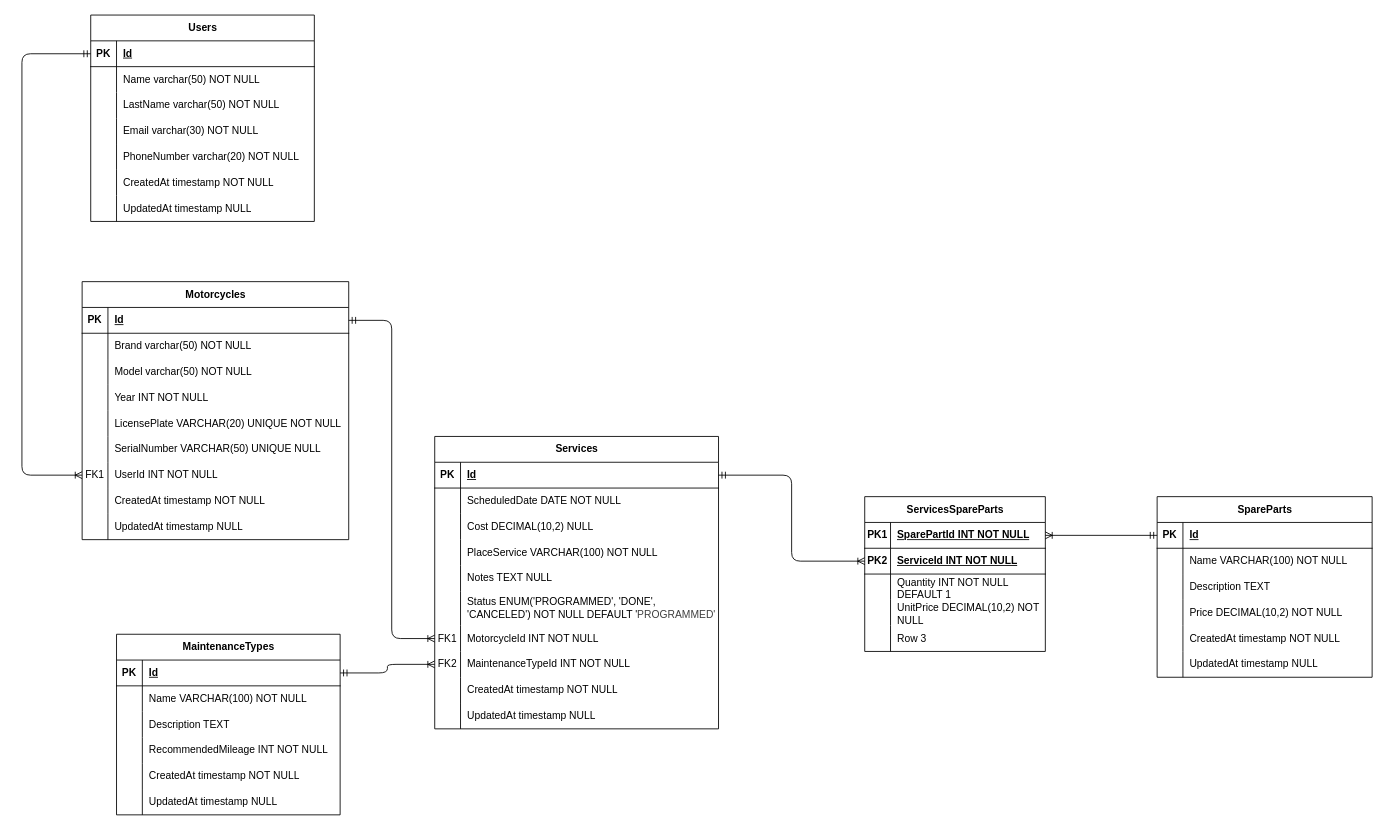
This is src/docs/MER.drawio from TataAR12/motoflix-java-api, a draw.io file, before an edit. Source tidied: cells renumbered, new cells numbered last; positions are measured from the earlier drawing's top-left corner, leaving out a move shared by most shapes. Both pictures are drawn from the tidied source at 86%, with x=0, y=0 at pixel (22, 15).
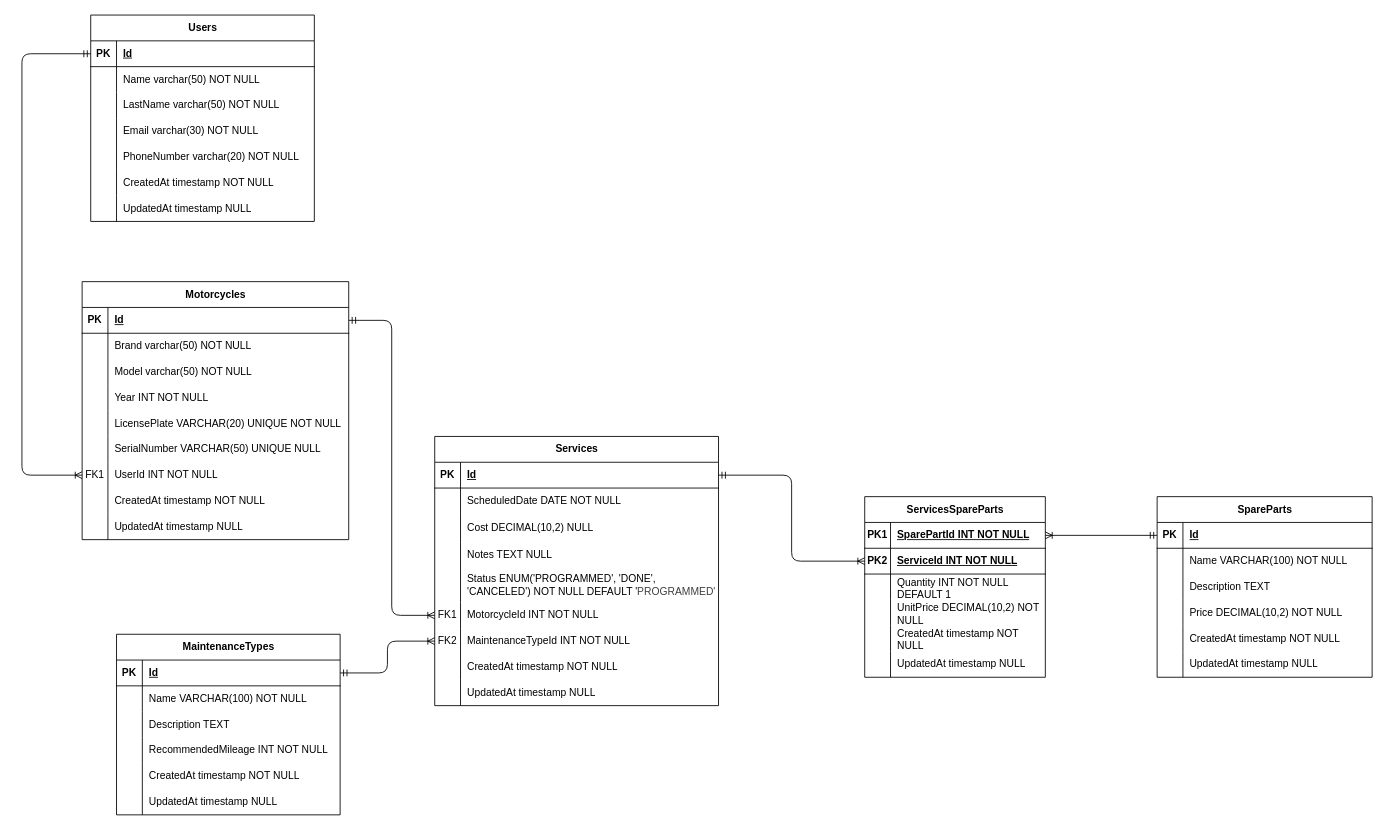
After the change.

The change refers to these unchanged cells:
```xml
<mxCell id="137" style="shape=tableRow;horizontal=0;startSize=0;swimlaneHead=0;swimlaneBody=0;fillColor=none;top=0;left=0;right=0;bottom=0;" parent="124" vertex="1">
  <mxGeometry y="150" width="210" height="30" as="geometry" />
</mxCell>
```

Change to the diagram source:
```diff
@@
     <mxCell id="72" value="Services" style="shape=table;startSize=30;childLayout=tableLayout;rowLines=0;fontStyle=1;align=center;html=1;" parent="1" vertex="1">
-      <mxGeometry x="480" y="490" width="330" height="340" as="geometry" />
+      <mxGeometry x="480" y="490" width="330" height="313" as="geometry" />
     </mxCell>
@@
     <mxCell id="79" style="shape=tableRow;horizontal=0;startSize=0;swimlaneHead=0;swimlaneBody=0;fillColor=none;top=0;left=0;right=0;bottom=0;" parent="72" vertex="1">
-      <mxGeometry y="90" width="330" height="30" as="geometry" />
+      <mxGeometry y="90" width="330" height="33" as="geometry" />
     </mxCell>
     <mxCell id="80" style="shape=partialRectangle;fillColor=none;top=0;left=0;bottom=0;right=0;overflow=hidden;whiteSpace=wrap;html=1;" parent="79" vertex="1">
-      <mxGeometry width="30" height="30" as="geometry" />
+      <mxGeometry width="30" height="33" as="geometry" />
     </mxCell>
     <mxCell id="81" value="Cost DECIMAL(10,2) NULL" style="shape=partialRectangle;fillColor=none;top=0;left=0;bottom=0;right=0;align=left;spacingLeft=6;overflow=hidden;whiteSpace=wrap;html=1;" parent="79" vertex="1">
-      <mxGeometry x="30" width="300" height="30" as="geometry" />
+      <mxGeometry x="30" width="300" height="33" as="geometry" />
     </mxCell>
-    <mxCell id="82" style="shape=tableRow;horizontal=0;startSize=0;swimlaneHead=0;swimlaneBody=0;fillColor=none;top=0;left=0;right=0;bottom=0;" parent="72" vertex="1">
-      <mxGeometry y="120" width="330" height="30" as="geometry" />
-    </mxCell>
-    <mxCell id="83" style="shape=partialRectangle;fillColor=none;top=0;left=0;bottom=0;right=0;overflow=hidden;whiteSpace=wrap;html=1;" parent="82" vertex="1">
-      <mxGeometry width="30" height="30" as="geometry" />
-    </mxCell>
-    <mxCell id="84" value="PlaceService VARCHAR(100) NOT NULL" style="shape=partialRectangle;fillColor=none;top=0;left=0;bottom=0;right=0;align=left;spacingLeft=6;overflow=hidden;whiteSpace=wrap;html=1;" parent="82" vertex="1">
-      <mxGeometry x="30" width="300" height="30" as="geometry" />
-    </mxCell>
     <mxCell id="85" style="shape=tableRow;horizontal=0;startSize=0;swimlaneHead=0;swimlaneBody=0;fillColor=none;top=0;left=0;right=0;bottom=0;" parent="72" vertex="1">
-      <mxGeometry y="150" width="330" height="30" as="geometry" />
+      <mxGeometry y="123" width="330" height="30" as="geometry" />
     </mxCell>
@@
     <mxCell id="88" style="shape=tableRow;horizontal=0;startSize=0;swimlaneHead=0;swimlaneBody=0;fillColor=none;top=0;left=0;right=0;bottom=0;" parent="72" vertex="1">
-      <mxGeometry y="180" width="330" height="40" as="geometry" />
+      <mxGeometry y="153" width="330" height="40" as="geometry" />
     </mxCell>
@@
     <mxCell id="91" style="shape=tableRow;horizontal=0;startSize=0;swimlaneHead=0;swimlaneBody=0;fillColor=none;points=[[0,0.5],[1,0.5]];portConstraint=eastwest;top=0;left=0;right=0;bottom=0;" parent="72" vertex="1">
-      <mxGeometry y="220" width="330" height="30" as="geometry" />
+      <mxGeometry y="193" width="330" height="30" as="geometry" />
     </mxCell>
@@
     <mxCell id="94" style="shape=tableRow;horizontal=0;startSize=0;swimlaneHead=0;swimlaneBody=0;fillColor=none;points=[[0,0.5],[1,0.5]];portConstraint=eastwest;top=0;left=0;right=0;bottom=0;" parent="72" vertex="1">
-      <mxGeometry y="250" width="330" height="30" as="geometry" />
+      <mxGeometry y="223" width="330" height="30" as="geometry" />
     </mxCell>
@@
     <mxCell id="97" style="shape=tableRow;horizontal=0;startSize=0;swimlaneHead=0;swimlaneBody=0;fillColor=none;top=0;left=0;right=0;bottom=0;" parent="72" vertex="1">
-      <mxGeometry y="280" width="330" height="30" as="geometry" />
+      <mxGeometry y="253" width="330" height="30" as="geometry" />
     </mxCell>
@@
     <mxCell id="100" style="shape=tableRow;horizontal=0;startSize=0;swimlaneHead=0;swimlaneBody=0;fillColor=none;top=0;left=0;right=0;bottom=0;" parent="72" vertex="1">
-      <mxGeometry y="310" width="330" height="30" as="geometry" />
+      <mxGeometry y="283" width="330" height="30" as="geometry" />
     </mxCell>
@@
     <mxCell id="124" value="&lt;span style=&quot;color: rgb(0, 0, 0);&quot;&gt;Services&lt;/span&gt;&lt;span style=&quot;color: rgb(0, 0, 0);&quot;&gt;SpareParts&lt;/span&gt;" style="shape=table;startSize=30;childLayout=tableLayout;rowLines=0;fontStyle=1;align=center;html=1;" parent="1" vertex="1">
-      <mxGeometry x="980" y="560" width="210" height="180" as="geometry" />
+      <mxGeometry x="980" y="560" width="210" height="210" as="geometry" />
     </mxCell>
@@
-    <mxCell id="139" value="Row 3" style="shape=partialRectangle;fillColor=none;top=0;left=0;bottom=0;right=0;align=left;spacingLeft=6;overflow=hidden;whiteSpace=wrap;html=1;" parent="137" vertex="1">
+    <mxCell id="139" value="&lt;span style=&quot;color: rgb(0, 0, 0);&quot;&gt;CreatedAt timestamp NOT NULL&lt;/span&gt;" style="shape=partialRectangle;fillColor=none;top=0;left=0;bottom=0;right=0;align=left;spacingLeft=6;overflow=hidden;whiteSpace=wrap;html=1;" parent="137" vertex="1">
       <mxGeometry x="30" width="180" height="30" as="geometry" />
     </mxCell>
+    <mxCell id="142" style="shape=tableRow;horizontal=0;startSize=0;swimlaneHead=0;swimlaneBody=0;fillColor=none;top=0;left=0;right=0;bottom=0;" parent="124" vertex="1">
+      <mxGeometry y="180" width="210" height="30" as="geometry" />
+    </mxCell>
+    <mxCell id="83" style="shape=partialRectangle;fillColor=none;top=0;left=0;bottom=0;right=0;overflow=hidden;whiteSpace=wrap;html=1;" parent="142" vertex="1">
+      <mxGeometry width="30" height="30" as="geometry" />
+    </mxCell>
+    <mxCell id="143" value="&lt;span style=&quot;color: rgb(0, 0, 0);&quot;&gt;UpdatedAt timestamp NULL&lt;/span&gt;" style="shape=partialRectangle;fillColor=none;top=0;left=0;bottom=0;right=0;align=left;spacingLeft=6;overflow=hidden;whiteSpace=wrap;html=1;" parent="142" vertex="1">
+      <mxGeometry x="30" width="180" height="30" as="geometry" />
+    </mxCell>
```
